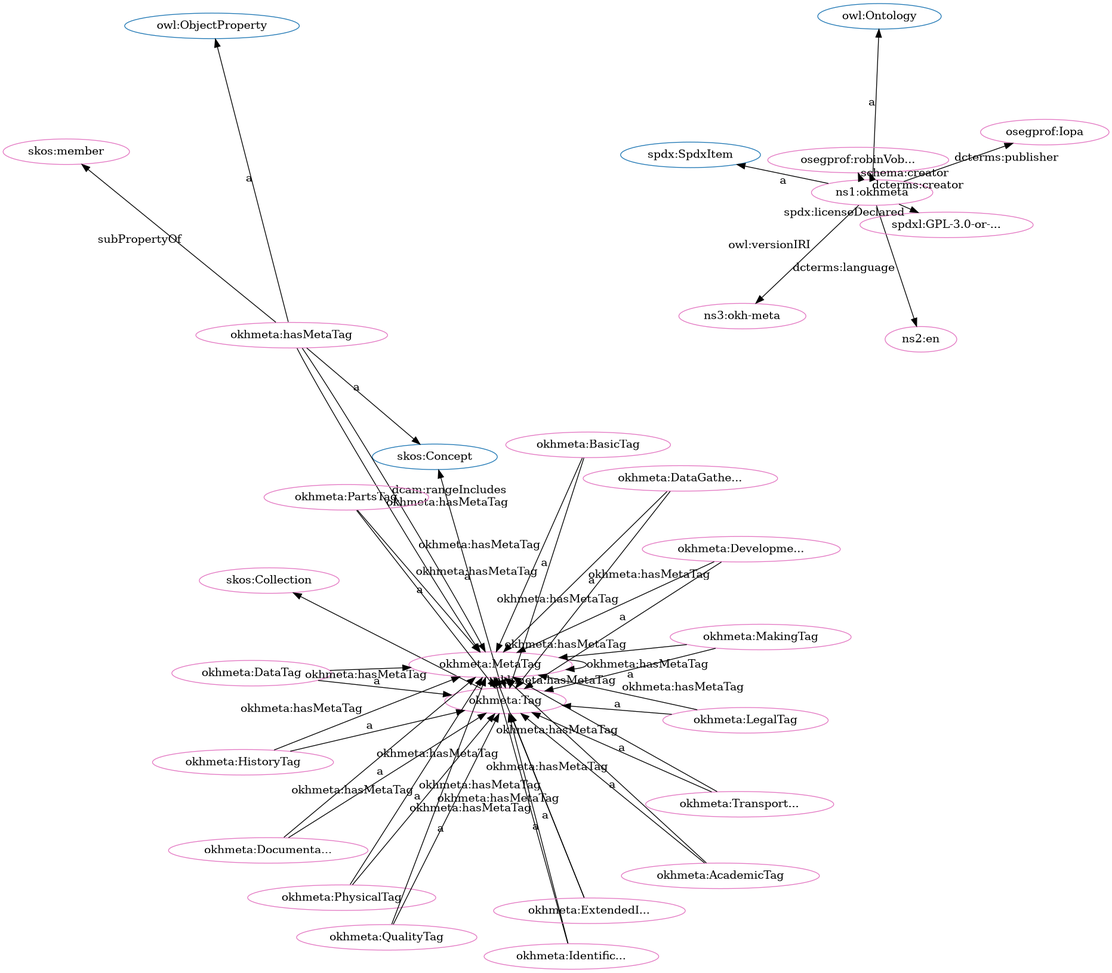
Before: src/spec/fdp_okh-meta.png, a diagram exported from Graphviz (iop-alliance/OpenKnowHow). Its source is kept beside it as src/spec/fdp_okh-meta.dot.
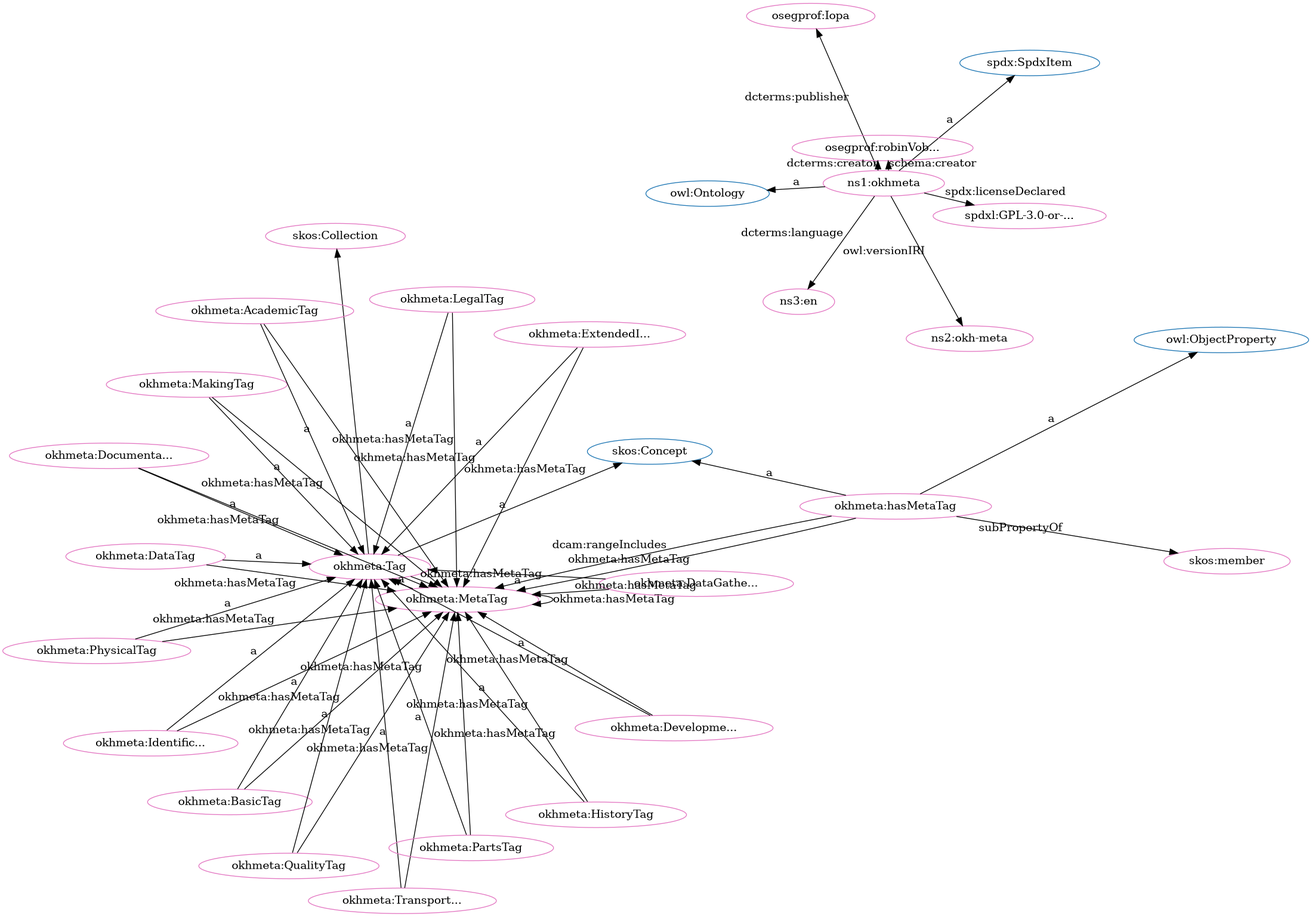
Later version of the same file.

What changed in the source:
```diff
@@ -1,84 +1,84 @@
 digraph G {
   rankdir=BT
   node[height=.3]
+"http://www.w3.org/2002/07/owl#Ontology" [fillcolor="#1f77b4" color="#1f77b4" label="owl:Ontology"]
+"http://www.w3.org/2004/02/skos/core#Concept" [fillcolor="#1f77b4" color="#1f77b4" label="skos:Concept"]
+"http://www.w3.org/2004/02/skos/core#Collection" [fillcolor="#1f77b4" color="#1f77b4" label="skos:Collection"]
 "http://w3id.org/oseg/ont/okhmeta#Tag" [fillcolor="#1f77b4" color="#1f77b4" label="okhmeta:Tag"]
-"http://www.w3.org/2004/02/skos/core#Collection" [fillcolor="#1f77b4" color="#1f77b4" label="skos:Collection"]
+"http://www.w3.org/2002/07/owl#ObjectProperty" [fillcolor="#1f77b4" color="#1f77b4" label="owl:ObjectProperty"]
 "http://spdx.org/rdf/terms#SpdxItem" [fillcolor="#1f77b4" color="#1f77b4" label="spdx:SpdxItem"]
-"http://www.w3.org/2002/07/owl#ObjectProperty" [fillcolor="#1f77b4" color="#1f77b4" label="owl:ObjectProperty"]
-"http://www.w3.org/2004/02/skos/core#Concept" [fillcolor="#1f77b4" color="#1f77b4" label="skos:Concept"]
-"http://www.w3.org/2002/07/owl#Ontology" [fillcolor="#1f77b4" color="#1f77b4" label="owl:Ontology"]
 "http://w3id.org/oseg/ont/okhmeta#MetaTag" [fillcolor="#e377c2" color="#e377c2" label="okhmeta:MetaTag"]
-"http://w3id.org/oseg/ont/okhmeta#Tag" [fillcolor="#e377c2" color="#e377c2" label="okhmeta:Tag"]
+"http://w3id.org/oseg/ont/okhmeta#BasicTag" [fillcolor="#e377c2" color="#e377c2" label="okhmeta:BasicTag"]
+"http://w3id.org/oseg/ont/okhmeta#DevelopmentTag" [fillcolor="#e377c2" color="#e377c2" label="okhmeta:Developme..."]
 "http://w3id.org/oseg/ont/okhmeta#hasMetaTag" [fillcolor="#e377c2" color="#e377c2" label="okhmeta:hasMetaTag"]
-"http://w3id.org/oseg/ont/okhmeta#PhysicalTag" [fillcolor="#e377c2" color="#e377c2" label="okhmeta:PhysicalTag"]
 "http://w3id.org/oseg/ont/okhmeta" [fillcolor="#e377c2" color="#e377c2" label="ns1:okhmeta"]
+"http://w3id.org/oseg/ont/oseg-profiles#Iopa" [fillcolor="#e377c2" color="#e377c2" label="osegprof:Iopa"]
+"http://www.w3.org/2004/02/skos/core#Collection" [fillcolor="#e377c2" color="#e377c2" label="skos:Collection"]
+"http://w3id.org/oseg/ont/okhmeta#LegalTag" [fillcolor="#e377c2" color="#e377c2" label="okhmeta:LegalTag"]
+"http://w3id.org/oseg/ont/1.1.0/okh-meta" [fillcolor="#e377c2" color="#e377c2" label="ns2:okh-meta"]
+"http://w3id.org/oseg/ont/okhmeta#DataGatheringTag" [fillcolor="#e377c2" color="#e377c2" label="okhmeta:DataGathe..."]
+"http://w3id.org/oseg/ont/oseg-profiles#robinVobruba" [fillcolor="#e377c2" color="#e377c2" label="osegprof:robinVob..."]
+"http://w3id.org/oseg/ont/okhmeta#TransportationTag" [fillcolor="#e377c2" color="#e377c2" label="okhmeta:Transport..."]
 "http://w3id.org/oseg/ont/okhmeta#MakingTag" [fillcolor="#e377c2" color="#e377c2" label="okhmeta:MakingTag"]
 "http://w3id.org/oseg/ont/okhmeta#HistoryTag" [fillcolor="#e377c2" color="#e377c2" label="okhmeta:HistoryTag"]
-"http://w3id.org/oseg/ont/oseg-profiles#robinVobruba" [fillcolor="#e377c2" color="#e377c2" label="osegprof:robinVob..."]
-"http://w3id.org/oseg/ont/okhmeta#LegalTag" [fillcolor="#e377c2" color="#e377c2" label="okhmeta:LegalTag"]
-"http://www.w3.org/2004/02/skos/core#Collection" [fillcolor="#e377c2" color="#e377c2" label="skos:Collection"]
-"http://w3id.org/oseg/ont/okhmeta#TransportationTag" [fillcolor="#e377c2" color="#e377c2" label="okhmeta:Transport..."]
-"http://id.loc.gov/vocabulary/iso639-1/en" [fillcolor="#e377c2" color="#e377c2" label="ns2:en"]
-"http://w3id.org/oseg/ont/oseg-profiles#Iopa" [fillcolor="#e377c2" color="#e377c2" label="osegprof:Iopa"]
-"http://w3id.org/oseg/ont/okhmeta#DocumentationTag" [fillcolor="#e377c2" color="#e377c2" label="okhmeta:Documenta..."]
-"http://w3id.org/oseg/ont/1.1.0/okh-meta" [fillcolor="#e377c2" color="#e377c2" label="ns3:okh-meta"]
-"http://w3id.org/oseg/ont/okhmeta#AcademicTag" [fillcolor="#e377c2" color="#e377c2" label="okhmeta:AcademicTag"]
-"http://spdx.org/licenses/GPL-3.0-or-later" [fillcolor="#e377c2" color="#e377c2" label="spdxl:GPL-3.0-or-..."]
-"http://w3id.org/oseg/ont/okhmeta#DevelopmentTag" [fillcolor="#e377c2" color="#e377c2" label="okhmeta:Developme..."]
-"http://w3id.org/oseg/ont/okhmeta#PartsTag" [fillcolor="#e377c2" color="#e377c2" label="okhmeta:PartsTag"]
-"http://w3id.org/oseg/ont/okhmeta#BasicTag" [fillcolor="#e377c2" color="#e377c2" label="okhmeta:BasicTag"]
-"http://w3id.org/oseg/ont/okhmeta#IdentificationTag" [fillcolor="#e377c2" color="#e377c2" label="okhmeta:Identific..."]
-"http://w3id.org/oseg/ont/okhmeta#DataGatheringTag" [fillcolor="#e377c2" color="#e377c2" label="okhmeta:DataGathe..."]
-"http://w3id.org/oseg/ont/okhmeta#QualityTag" [fillcolor="#e377c2" color="#e377c2" label="okhmeta:QualityTag"]
 "http://www.w3.org/2004/02/skos/core#member" [fillcolor="#e377c2" color="#e377c2" label="skos:member"]
 "http://w3id.org/oseg/ont/okhmeta#DataTag" [fillcolor="#e377c2" color="#e377c2" label="okhmeta:DataTag"]
+"http://w3id.org/oseg/ont/okhmeta#PartsTag" [fillcolor="#e377c2" color="#e377c2" label="okhmeta:PartsTag"]
+"http://id.loc.gov/vocabulary/iso639-1/en" [fillcolor="#e377c2" color="#e377c2" label="ns3:en"]
+"http://w3id.org/oseg/ont/okhmeta#AcademicTag" [fillcolor="#e377c2" color="#e377c2" label="okhmeta:AcademicTag"]
+"http://w3id.org/oseg/ont/okhmeta#PhysicalTag" [fillcolor="#e377c2" color="#e377c2" label="okhmeta:PhysicalTag"]
+"http://spdx.org/licenses/GPL-3.0-or-later" [fillcolor="#e377c2" color="#e377c2" label="spdxl:GPL-3.0-or-..."]
+"http://w3id.org/oseg/ont/okhmeta#QualityTag" [fillcolor="#e377c2" color="#e377c2" label="okhmeta:QualityTag"]
 "http://w3id.org/oseg/ont/okhmeta#ExtendedInfoTag" [fillcolor="#e377c2" color="#e377c2" label="okhmeta:ExtendedI..."]
+"http://w3id.org/oseg/ont/okhmeta#DocumentationTag" [fillcolor="#e377c2" color="#e377c2" label="okhmeta:Documenta..."]
+"http://w3id.org/oseg/ont/okhmeta#IdentificationTag" [fillcolor="#e377c2" color="#e377c2" label="okhmeta:Identific..."]
+"http://w3id.org/oseg/ont/okhmeta#Tag" [fillcolor="#e377c2" color="#e377c2" label="okhmeta:Tag"]
+  "http://w3id.org/oseg/ont/okhmeta#MetaTag" -> "http://w3id.org/oseg/ont/okhmeta#MetaTag" [label="okhmeta:hasMetaTag"]
+  "http://w3id.org/oseg/ont/okhmeta#hasMetaTag" -> "http://www.w3.org/2002/07/owl#ObjectProperty" [label="a"]
   "http://w3id.org/oseg/ont/okhmeta#HistoryTag" -> "http://w3id.org/oseg/ont/okhmeta#MetaTag" [label="okhmeta:hasMetaTag"]
+  "http://w3id.org/oseg/ont/okhmeta#DataTag" -> "http://w3id.org/oseg/ont/okhmeta#MetaTag" [label="okhmeta:hasMetaTag"]
+  "http://w3id.org/oseg/ont/okhmeta#PartsTag" -> "http://w3id.org/oseg/ont/okhmeta#MetaTag" [label="okhmeta:hasMetaTag"]
+  "http://w3id.org/oseg/ont/okhmeta" -> "http://w3id.org/oseg/ont/1.1.0/okh-meta" [label="owl:versionIRI"]
+  "http://w3id.org/oseg/ont/okhmeta#AcademicTag" -> "http://w3id.org/oseg/ont/okhmeta#MetaTag" [label="okhmeta:hasMetaTag"]
+  "http://w3id.org/oseg/ont/okhmeta#QualityTag" -> "http://w3id.org/oseg/ont/okhmeta#MetaTag" [label="okhmeta:hasMetaTag"]
+  "http://w3id.org/oseg/ont/okhmeta" -> "http://w3id.org/oseg/ont/oseg-profiles#robinVobruba" [label="dcterms:creator"]
+  "http://w3id.org/oseg/ont/okhmeta#MakingTag" -> "http://w3id.org/oseg/ont/okhmeta#Tag" [label="a"]
+  "http://w3id.org/oseg/ont/okhmeta#hasMetaTag" -> "http://www.w3.org/2004/02/skos/core#member" [label="subPropertyOf"]
+  "http://w3id.org/oseg/ont/okhmeta" -> "http://id.loc.gov/vocabulary/iso639-1/en" [label="dcterms:language"]
+  "http://w3id.org/oseg/ont/okhmeta#PhysicalTag" -> "http://w3id.org/oseg/ont/okhmeta#Tag" [label="a"]
+  "http://w3id.org/oseg/ont/okhmeta" -> "http://spdx.org/licenses/GPL-3.0-or-later" [label="spdx:licenseDeclared"]
+  "http://w3id.org/oseg/ont/okhmeta#hasMetaTag" -> "http://www.w3.org/2004/02/skos/core#Concept" [label="a"]
+  "http://w3id.org/oseg/ont/okhmeta#ExtendedInfoTag" -> "http://w3id.org/oseg/ont/okhmeta#Tag" [label="a"]
+  "http://w3id.org/oseg/ont/okhmeta#DocumentationTag" -> "http://w3id.org/oseg/ont/okhmeta#Tag" [label="a"]
+  "http://w3id.org/oseg/ont/okhmeta#IdentificationTag" -> "http://w3id.org/oseg/ont/okhmeta#Tag" [label="a"]
   "http://w3id.org/oseg/ont/okhmeta#Tag" -> "http://www.w3.org/2004/02/skos/core#Concept" [label="a"]
+  "http://w3id.org/oseg/ont/okhmeta#BasicTag" -> "http://w3id.org/oseg/ont/okhmeta#Tag" [label="a"]
+  "http://w3id.org/oseg/ont/okhmeta#MakingTag" -> "http://w3id.org/oseg/ont/okhmeta#MetaTag" [label="okhmeta:hasMetaTag"]
+  "http://w3id.org/oseg/ont/okhmeta#DevelopmentTag" -> "http://w3id.org/oseg/ont/okhmeta#Tag" [label="a"]
+  "http://w3id.org/oseg/ont/okhmeta" -> "http://spdx.org/rdf/terms#SpdxItem" [label="a"]
+  "http://w3id.org/oseg/ont/okhmeta" -> "http://w3id.org/oseg/ont/oseg-profiles#Iopa" [label="dcterms:publisher"]
+  "http://w3id.org/oseg/ont/okhmeta#Tag" -> "http://www.w3.org/2004/02/skos/core#Collection" [label=""]
+  "http://w3id.org/oseg/ont/okhmeta#LegalTag" -> "http://w3id.org/oseg/ont/okhmeta#Tag" [label="a"]
+  "http://w3id.org/oseg/ont/okhmeta#hasMetaTag" -> "http://w3id.org/oseg/ont/okhmeta#MetaTag" [label="okhmeta:hasMetaTag"]
+  "http://w3id.org/oseg/ont/okhmeta#PhysicalTag" -> "http://w3id.org/oseg/ont/okhmeta#MetaTag" [label="okhmeta:hasMetaTag"]
+  "http://w3id.org/oseg/ont/okhmeta#DataGatheringTag" -> "http://w3id.org/oseg/ont/okhmeta#Tag" [label="a"]
+  "http://w3id.org/oseg/ont/okhmeta#ExtendedInfoTag" -> "http://w3id.org/oseg/ont/okhmeta#MetaTag" [label="okhmeta:hasMetaTag"]
+  "http://w3id.org/oseg/ont/okhmeta#DocumentationTag" -> "http://w3id.org/oseg/ont/okhmeta#MetaTag" [label="okhmeta:hasMetaTag"]
   "http://w3id.org/oseg/ont/okhmeta#MetaTag" -> "http://w3id.org/oseg/ont/okhmeta#Tag" [label="a"]
-  "http://w3id.org/oseg/ont/okhmeta" -> "http://spdx.org/rdf/terms#SpdxItem" [label="a"]
+  "http://w3id.org/oseg/ont/okhmeta#TransportationTag" -> "http://w3id.org/oseg/ont/okhmeta#Tag" [label="a"]
+  "http://w3id.org/oseg/ont/okhmeta#Tag" -> "http://w3id.org/oseg/ont/okhmeta#MetaTag" [label="okhmeta:hasMetaTag"]
+  "http://w3id.org/oseg/ont/okhmeta#IdentificationTag" -> "http://w3id.org/oseg/ont/okhmeta#MetaTag" [label="okhmeta:hasMetaTag"]
   "http://w3id.org/oseg/ont/okhmeta#HistoryTag" -> "http://w3id.org/oseg/ont/okhmeta#Tag" [label="a"]
-  "http://w3id.org/oseg/ont/okhmeta#DataTag" -> "http://w3id.org/oseg/ont/okhmeta#MetaTag" [label="okhmeta:hasMetaTag"]
+  "http://w3id.org/oseg/ont/okhmeta#BasicTag" -> "http://w3id.org/oseg/ont/okhmeta#MetaTag" [label="okhmeta:hasMetaTag"]
+  "http://w3id.org/oseg/ont/okhmeta#DataTag" -> "http://w3id.org/oseg/ont/okhmeta#Tag" [label="a"]
+  "http://w3id.org/oseg/ont/okhmeta#DevelopmentTag" -> "http://w3id.org/oseg/ont/okhmeta#MetaTag" [label="okhmeta:hasMetaTag"]
+  "http://w3id.org/oseg/ont/okhmeta#PartsTag" -> "http://w3id.org/oseg/ont/okhmeta#Tag" [label="a"]
+  "http://w3id.org/oseg/ont/okhmeta#hasMetaTag" -> "http://w3id.org/oseg/ont/okhmeta#MetaTag" [label="dcam:rangeIncludes"]
+  "http://w3id.org/oseg/ont/okhmeta" -> "http://www.w3.org/2002/07/owl#Ontology" [label="a"]
+  "http://w3id.org/oseg/ont/okhmeta#AcademicTag" -> "http://w3id.org/oseg/ont/okhmeta#Tag" [label="a"]
+  "http://w3id.org/oseg/ont/okhmeta#LegalTag" -> "http://w3id.org/oseg/ont/okhmeta#MetaTag" [label="okhmeta:hasMetaTag"]
+  "http://w3id.org/oseg/ont/okhmeta#QualityTag" -> "http://w3id.org/oseg/ont/okhmeta#Tag" [label="a"]
   "http://w3id.org/oseg/ont/okhmeta" -> "http://w3id.org/oseg/ont/oseg-profiles#robinVobruba" [label="schema:creator"]
-  "http://w3id.org/oseg/ont/okhmeta" -> "http://www.w3.org/2002/07/owl#Ontology" [label="a"]
-  "http://w3id.org/oseg/ont/okhmeta#QualityTag" -> "http://w3id.org/oseg/ont/okhmeta#Tag" [label="a"]
-  "http://w3id.org/oseg/ont/okhmeta#PhysicalTag" -> "http://w3id.org/oseg/ont/okhmeta#MetaTag" [label="okhmeta:hasMetaTag"]
-  "http://w3id.org/oseg/ont/okhmeta#MetaTag" -> "http://w3id.org/oseg/ont/okhmeta#MetaTag" [label="okhmeta:hasMetaTag"]
-  "http://w3id.org/oseg/ont/okhmeta#hasMetaTag" -> "http://www.w3.org/2004/02/skos/core#member" [label="subPropertyOf"]
-  "http://w3id.org/oseg/ont/okhmeta" -> "http://w3id.org/oseg/ont/oseg-profiles#robinVobruba" [label="dcterms:creator"]
-  "http://w3id.org/oseg/ont/okhmeta#LegalTag" -> "http://w3id.org/oseg/ont/okhmeta#MetaTag" [label="okhmeta:hasMetaTag"]
-  "http://w3id.org/oseg/ont/okhmeta#hasMetaTag" -> "http://www.w3.org/2004/02/skos/core#Concept" [label="a"]
-  "http://w3id.org/oseg/ont/okhmeta#PhysicalTag" -> "http://w3id.org/oseg/ont/okhmeta#Tag" [label="a"]
-  "http://w3id.org/oseg/ont/okhmeta#MakingTag" -> "http://w3id.org/oseg/ont/okhmeta#Tag" [label="a"]
-  "http://w3id.org/oseg/ont/okhmeta#LegalTag" -> "http://w3id.org/oseg/ont/okhmeta#Tag" [label="a"]
-  "http://w3id.org/oseg/ont/okhmeta#Tag" -> "http://www.w3.org/2004/02/skos/core#Collection" [label=""]
-  "http://w3id.org/oseg/ont/okhmeta#DevelopmentTag" -> "http://w3id.org/oseg/ont/okhmeta#MetaTag" [label="okhmeta:hasMetaTag"]
-  "http://w3id.org/oseg/ont/okhmeta#PartsTag" -> "http://w3id.org/oseg/ont/okhmeta#MetaTag" [label="okhmeta:hasMetaTag"]
-  "http://w3id.org/oseg/ont/okhmeta#MakingTag" -> "http://w3id.org/oseg/ont/okhmeta#MetaTag" [label="okhmeta:hasMetaTag"]
-  "http://w3id.org/oseg/ont/okhmeta#TransportationTag" -> "http://w3id.org/oseg/ont/okhmeta#Tag" [label="a"]
-  "http://w3id.org/oseg/ont/okhmeta" -> "http://id.loc.gov/vocabulary/iso639-1/en" [label="dcterms:language"]
-  "http://w3id.org/oseg/ont/okhmeta" -> "http://w3id.org/oseg/ont/oseg-profiles#Iopa" [label="dcterms:publisher"]
-  "http://w3id.org/oseg/ont/okhmeta#BasicTag" -> "http://w3id.org/oseg/ont/okhmeta#MetaTag" [label="okhmeta:hasMetaTag"]
-  "http://w3id.org/oseg/ont/okhmeta#hasMetaTag" -> "http://w3id.org/oseg/ont/okhmeta#MetaTag" [label="dcam:rangeIncludes"]
-  "http://w3id.org/oseg/ont/okhmeta#QualityTag" -> "http://w3id.org/oseg/ont/okhmeta#MetaTag" [label="okhmeta:hasMetaTag"]
-  "http://w3id.org/oseg/ont/okhmeta#hasMetaTag" -> "http://w3id.org/oseg/ont/okhmeta#MetaTag" [label="okhmeta:hasMetaTag"]
-  "http://w3id.org/oseg/ont/okhmeta#DocumentationTag" -> "http://w3id.org/oseg/ont/okhmeta#Tag" [label="a"]
-  "http://w3id.org/oseg/ont/okhmeta#hasMetaTag" -> "http://www.w3.org/2002/07/owl#ObjectProperty" [label="a"]
-  "http://w3id.org/oseg/ont/okhmeta" -> "http://w3id.org/oseg/ont/1.1.0/okh-meta" [label="owl:versionIRI"]
-  "http://w3id.org/oseg/ont/okhmeta#AcademicTag" -> "http://w3id.org/oseg/ont/okhmeta#Tag" [label="a"]
-  "http://w3id.org/oseg/ont/okhmeta#ExtendedInfoTag" -> "http://w3id.org/oseg/ont/okhmeta#MetaTag" [label="okhmeta:hasMetaTag"]
-  "http://w3id.org/oseg/ont/okhmeta" -> "http://spdx.org/licenses/GPL-3.0-or-later" [label="spdx:licenseDeclared"]
-  "http://w3id.org/oseg/ont/okhmeta#DevelopmentTag" -> "http://w3id.org/oseg/ont/okhmeta#Tag" [label="a"]
-  "http://w3id.org/oseg/ont/okhmeta#PartsTag" -> "http://w3id.org/oseg/ont/okhmeta#Tag" [label="a"]
-  "http://w3id.org/oseg/ont/okhmeta#BasicTag" -> "http://w3id.org/oseg/ont/okhmeta#Tag" [label="a"]
-  "http://w3id.org/oseg/ont/okhmeta#Tag" -> "http://w3id.org/oseg/ont/okhmeta#MetaTag" [label="okhmeta:hasMetaTag"]
-  "http://w3id.org/oseg/ont/okhmeta#IdentificationTag" -> "http://w3id.org/oseg/ont/okhmeta#Tag" [label="a"]
-  "http://w3id.org/oseg/ont/okhmeta#DataGatheringTag" -> "http://w3id.org/oseg/ont/okhmeta#Tag" [label="a"]
+  "http://w3id.org/oseg/ont/okhmeta#DataGatheringTag" -> "http://w3id.org/oseg/ont/okhmeta#MetaTag" [label="okhmeta:hasMetaTag"]
   "http://w3id.org/oseg/ont/okhmeta#TransportationTag" -> "http://w3id.org/oseg/ont/okhmeta#MetaTag" [label="okhmeta:hasMetaTag"]
-  "http://w3id.org/oseg/ont/okhmeta#DocumentationTag" -> "http://w3id.org/oseg/ont/okhmeta#MetaTag" [label="okhmeta:hasMetaTag"]
-  "http://w3id.org/oseg/ont/okhmeta#AcademicTag" -> "http://w3id.org/oseg/ont/okhmeta#MetaTag" [label="okhmeta:hasMetaTag"]
-  "http://w3id.org/oseg/ont/okhmeta#DataTag" -> "http://w3id.org/oseg/ont/okhmeta#Tag" [label="a"]
-  "http://w3id.org/oseg/ont/okhmeta#ExtendedInfoTag" -> "http://w3id.org/oseg/ont/okhmeta#Tag" [label="a"]
-  "http://w3id.org/oseg/ont/okhmeta#IdentificationTag" -> "http://w3id.org/oseg/ont/okhmeta#MetaTag" [label="okhmeta:hasMetaTag"]
-  "http://w3id.org/oseg/ont/okhmeta#DataGatheringTag" -> "http://w3id.org/oseg/ont/okhmeta#MetaTag" [label="okhmeta:hasMetaTag"]
 }
```
